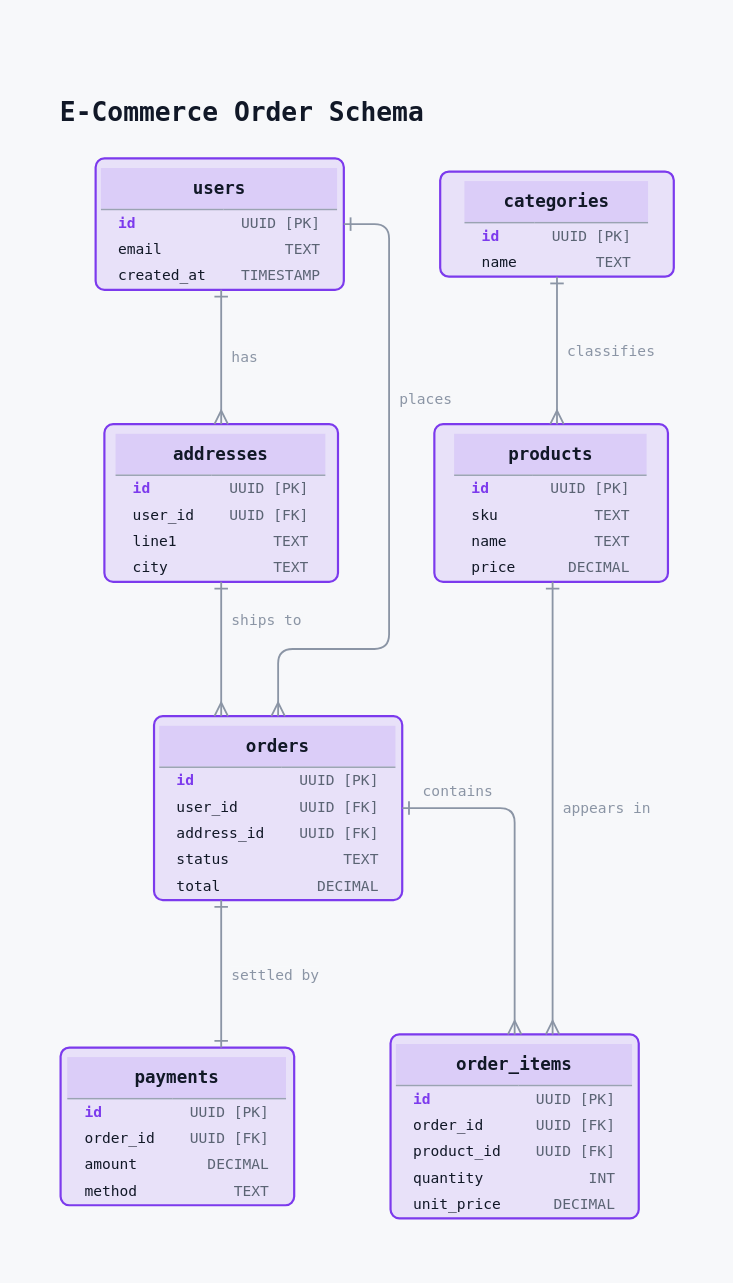
rg12301/rdg keeps this draw.io diagram as examples/ecommerce_erd/ecommerce_erd.drawio. Above is the earlier version. Source tidied: cells renumbered, new cells numbered last; positions are measured from the earlier drawing's top-left corner, leaving out a move shared by most shapes. Both pictures are drawn from the tidied source at 146%, with x=0, y=0 at pixel (25, 47).
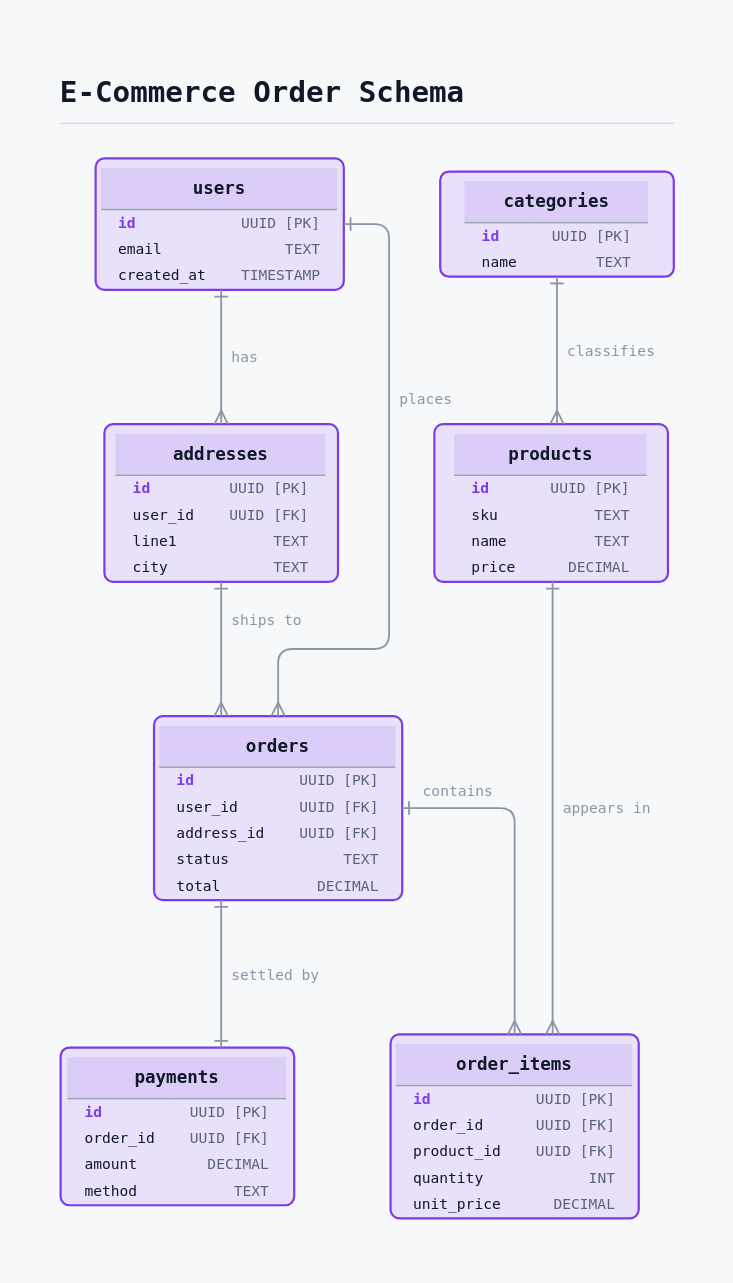
The same diagram, later.

The edit, as a diff of the source:
```diff
@@
     <mxCell id="2" style="rounded=0;fillColor=none;strokeColor=none;selectable=0;" parent="1" vertex="1">
-      <mxGeometry width="468" height="830" as="geometry" />
+      <mxGeometry y="-15" width="468" height="845" as="geometry" />
     </mxCell>
-    <mxCell id="3" value="&lt;b&gt;&lt;font style=&quot;font-size:18px;color:#111827;line-height:24px;&quot;&gt;E-Commerce Order Schema&lt;/font&gt;&lt;/b&gt;" style="text;html=1;strokeColor=none;fillColor=none;align=left;verticalAlign=top;rounded=0;whiteSpace=nowrap;spacing=0;fontFamily=JetBrains Mono, ui-monospace, SFMono-Regular, Menlo, Consolas, monospace;" parent="1" vertex="1">
-      <mxGeometry x="24" y="28" width="252.4" height="24.3" as="geometry" />
+    <mxCell id="3" value="&lt;b&gt;&lt;font style=&quot;font-size:20px;color:#111827;line-height:27px;&quot;&gt;E-Commerce Order Schema&lt;/font&gt;&lt;/b&gt;" style="text;html=1;strokeColor=none;fillColor=none;align=left;verticalAlign=top;rounded=0;whiteSpace=nowrap;spacing=0;fontFamily=JetBrains Mono, ui-monospace, SFMono-Regular, Menlo, Consolas, monospace;" parent="1" vertex="1">
+      <mxGeometry x="24" y="13" width="280" height="27" as="geometry" />
     </mxCell>
@@
+    <mxCell id="18" style="line;strokeWidth=1;strokeColor=#d0d5de;html=1;" parent="1" vertex="1">
+      <mxGeometry x="24" y="51" width="420" height="2" as="geometry" />
+    </mxCell>
```
